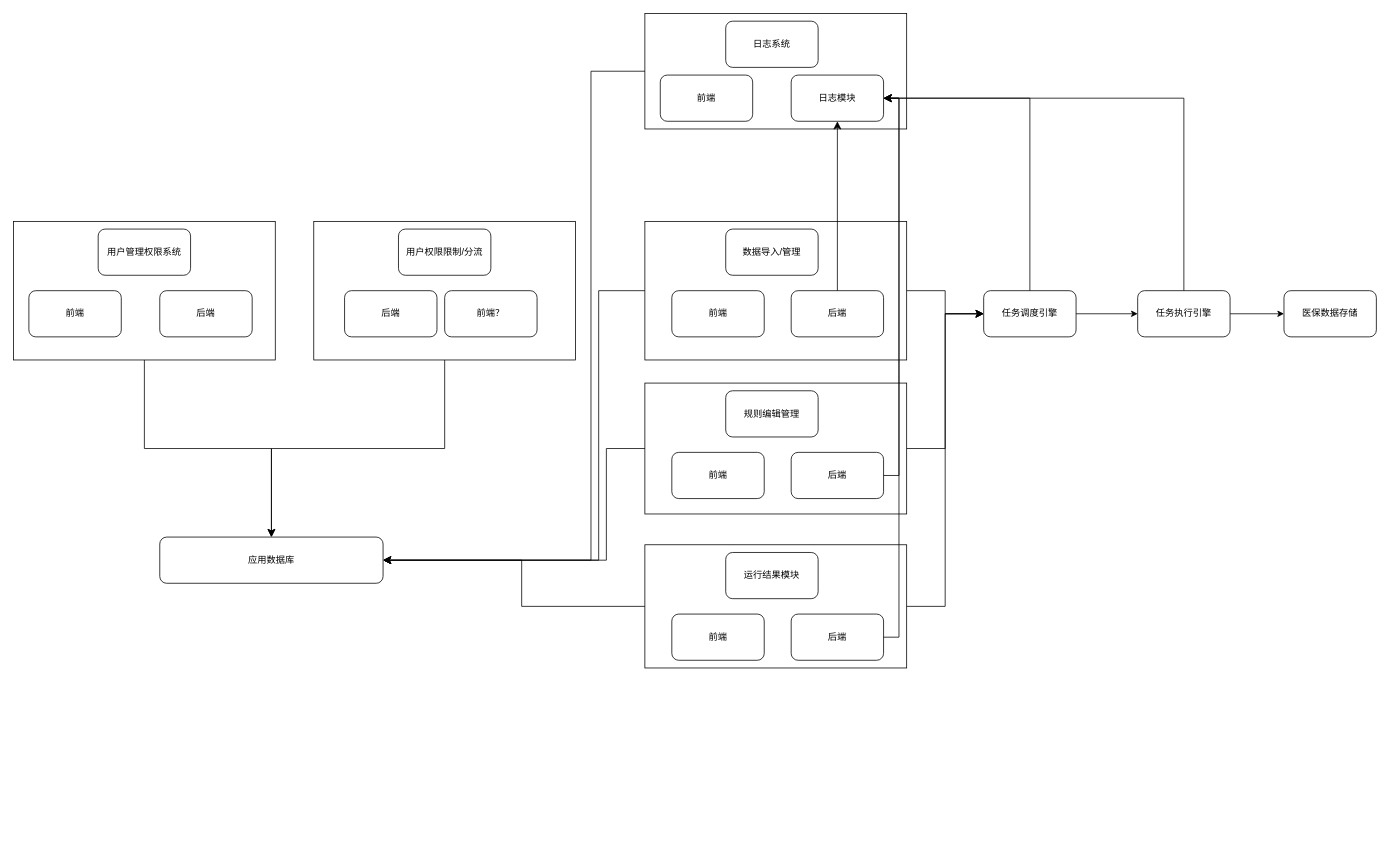
XiaoLiuAI/diagrams keeps this draw.io diagram as page "模块架构" (1 of 2) of 社保架构设计图.drawio. Above is the earlier version. Source tidied: cells renumbered, new cells numbered last; positions are measured from the earlier drawing's top-left corner, leaving out a move shared by most shapes. Both pictures are drawn from the tidied source at 77%, with x=0, y=0 at pixel (13, 13).
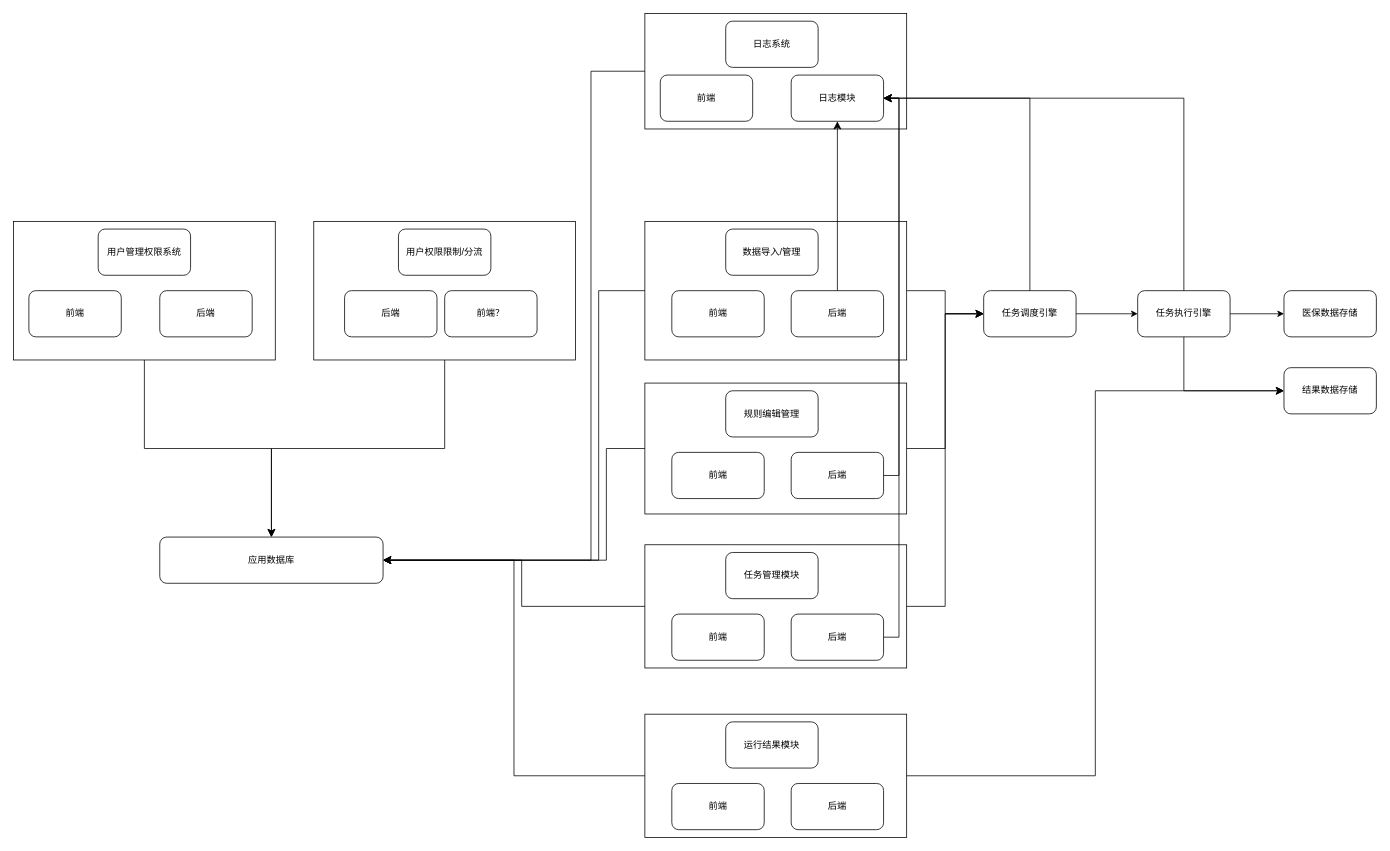
The same page after the edit.

Commit message:
更新社保架构设计图.drawio

The change refers to these unchanged cells:
```xml
<mxCell id="7" value="应用数据库" style="rounded=1;whiteSpace=wrap;html=1;" parent="1" vertex="1">
  <mxGeometry x="190" y="680" width="290" height="60" as="geometry" />
</mxCell>
<mxCell id="26" style="group;" parent="1" vertex="1">
  <mxGeometry x="820" y="690" width="340" height="160" as="geometry" />
</mxCell>
<mxCell id="45" value="任务执行引擎" style="rounded=1;whiteSpace=wrap;html=1;" parent="1" vertex="1">
  <mxGeometry x="1460" y="360" width="120" height="60" as="geometry" />
</mxCell>
```

Diff of the diagram source:
```diff
@@
-    <mxCell id="28" value="运行结果模块" style="rounded=1;whiteSpace=wrap;html=1;" parent="26" vertex="1">
+    <mxCell id="28" value="任务管理模块" style="rounded=1;whiteSpace=wrap;html=1;" parent="26" vertex="1">
       <mxGeometry x="105" y="10" width="120" height="60" as="geometry" />
     </mxCell>
@@
+    <mxCell id="48" value="结果数据存储" style="rounded=1;whiteSpace=wrap;html=1;" parent="1" vertex="1">
+      <mxGeometry x="1650" y="460" width="120" height="60" as="geometry" />
+    </mxCell>
+    <mxCell id="49" style="edgeStyle=segmentEdgeStyle;endArrow=classic;html=1;curved=0;rounded=0;endSize=8;startSize=8;entryX=0;entryY=0.5;entryDx=0;entryDy=0;exitX=0.5;exitY=1;exitDx=0;exitDy=0;" parent="1" edge="1" source="45" target="48">
+      <mxGeometry relative="1" as="geometry">
+        <Array as="points">
+          <mxPoint x="1520" y="490" />
+        </Array>
+      </mxGeometry>
+    </mxCell>
+    <mxCell id="50" style="group;" parent="1" vertex="1">
+      <mxGeometry x="820" y="910" width="340" height="160" as="geometry" />
+    </mxCell>
+    <mxCell id="51" style="rounded=0;whiteSpace=wrap;html=1;" parent="50" vertex="1">
+      <mxGeometry width="340" height="160" as="geometry" />
+    </mxCell>
+    <mxCell id="52" value="运行结果模块" style="rounded=1;whiteSpace=wrap;html=1;" parent="50" vertex="1">
+      <mxGeometry x="105" y="10" width="120" height="60" as="geometry" />
+    </mxCell>
+    <mxCell id="53" value="后端" style="rounded=1;whiteSpace=wrap;html=1;" parent="50" vertex="1">
+      <mxGeometry x="190" y="90" width="120" height="60" as="geometry" />
+    </mxCell>
+    <mxCell id="54" value="前端" style="rounded=1;whiteSpace=wrap;html=1;" parent="50" vertex="1">
+      <mxGeometry x="35" y="90" width="120" height="60" as="geometry" />
+    </mxCell>
+    <mxCell id="55" style="edgeStyle=elbowEdgeStyle;elbow=horizontal;endArrow=classic;html=1;curved=0;rounded=0;endSize=8;startSize=8;entryX=1;entryY=0.5;entryDx=0;entryDy=0;exitX=0;exitY=0.5;exitDx=0;exitDy=0;" parent="1" edge="1" source="51" target="7">
+      <mxGeometry relative="1" as="geometry" />
+    </mxCell>
+    <mxCell id="56" style="edgeStyle=elbowEdgeStyle;elbow=horizontal;endArrow=classic;html=1;curved=0;rounded=0;endSize=8;startSize=8;entryX=0;entryY=0.5;entryDx=0;entryDy=0;exitX=1;exitY=0.5;exitDx=0;exitDy=0;" parent="1" edge="1" source="51" target="48">
+      <mxGeometry relative="1" as="geometry" />
+    </mxCell>
```
